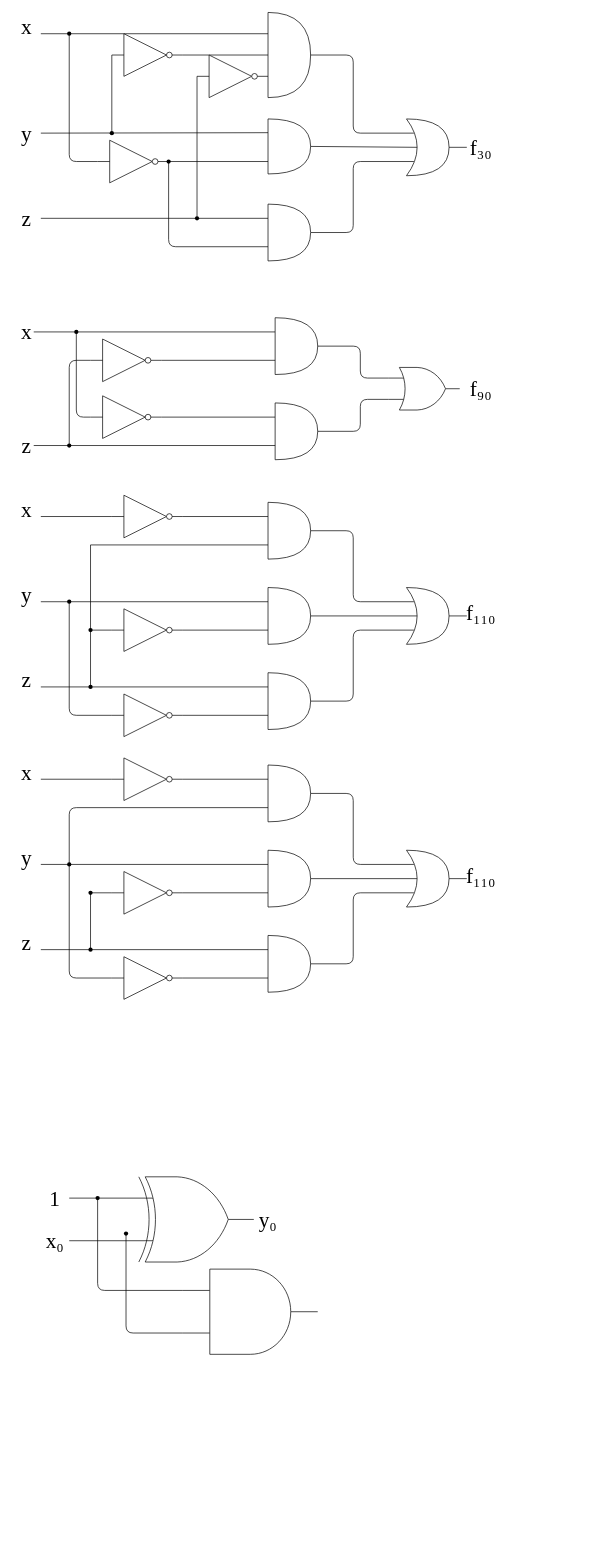
This is L演習2.drawio from PoriPoriPori/Pori, a draw.io file, before an edit. Source tidied: cells renumbered, new cells numbered last; positions are measured from the earlier drawing's top-left corner, leaving out a move shared by most shapes. Both pictures are drawn from the tidied source at 71%, with x=0, y=0 at pixel (12, 12).
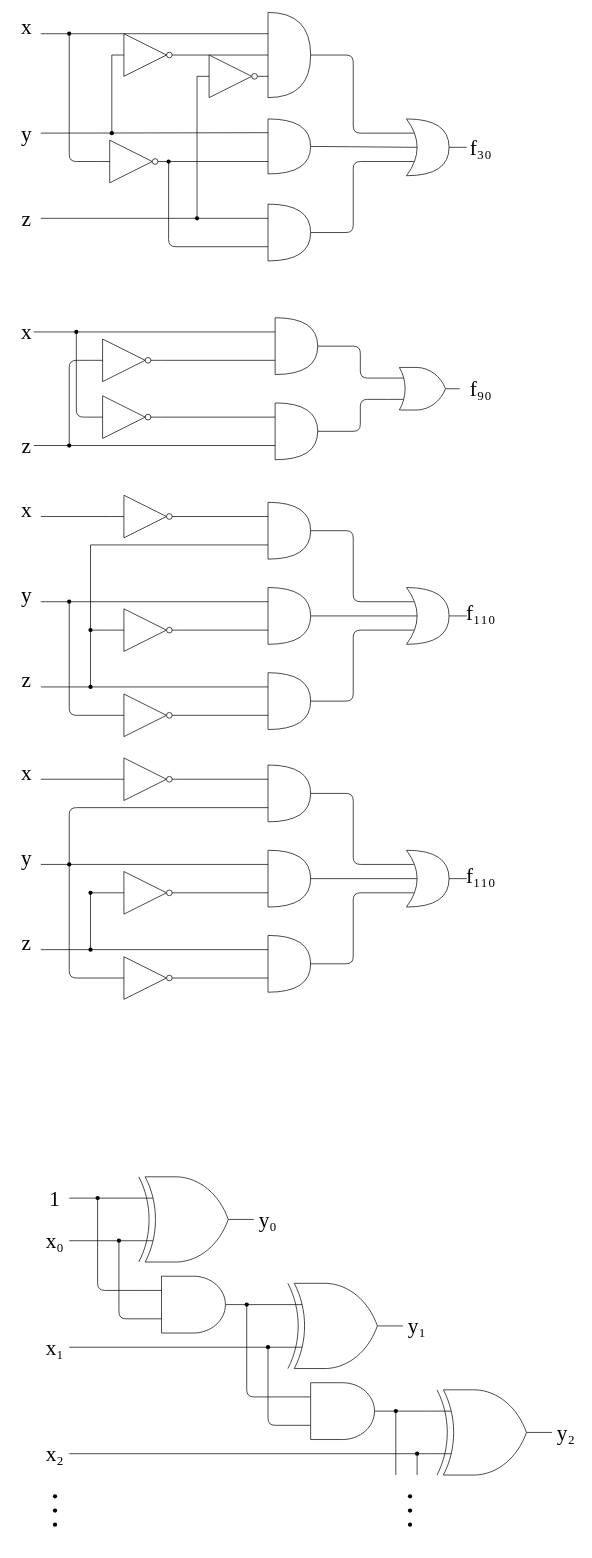
The same diagram, later.

The change refers to these unchanged cells:
```xml
<mxCell id="118" value="&lt;font style=&quot;font-size: 30px&quot; face=&quot;Times New Roman&quot;&gt;x₀&lt;/font&gt;" style="text;html=1;strokeColor=none;fillColor=none;align=center;verticalAlign=middle;whiteSpace=wrap;rounded=0;shadow=0;sketch=0;" parent="1" vertex="1">
  <mxGeometry x="40" y="1720" width="40" height="20" as="geometry" />
</mxCell>
<mxCell id="122" style="group;" parent="1" vertex="1">
  <mxGeometry x="100" y="1640" width="330" height="280" as="geometry" />
</mxCell>
<mxCell id="124" style="group;" parent="122" vertex="1">
  <mxGeometry x="20" width="310" height="280" as="geometry" />
</mxCell>
```

What changed in the source:
```diff
@@
-    <mxCell id="120" style="endArrow=none;html=1;entryX=0;entryY=0.75;entryDx=0;entryDy=0;entryPerimeter=0;exitX=1;exitY=0.5;exitDx=0;exitDy=0;" parent="1" edge="1" source="118" target="125">
-      <mxGeometry relative="1" as="geometry" />
-    </mxCell>
@@
-    <mxCell id="123" style="shape=waypoint;sketch=0;fillStyle=solid;size=6;points=[];fillColor=none;perimeter=centerPerimeter;snapToPoint=1;" parent="122" vertex="1">
-      <mxGeometry y="10" width="40" height="40" as="geometry" />
-    </mxCell>
@@
+    <mxCell id="132" style="group;" parent="124" vertex="1">
+      <mxGeometry x="40" width="220" height="220" as="geometry" />
+    </mxCell>
-    <mxCell id="125" style="verticalLabelPosition=bottom;shadow=0;dashed=0;align=center;html=1;verticalAlign=top;shape=mxgraph.electrical.logic_gates.logic_gate;operation=xor;" parent="124" vertex="1">
-      <mxGeometry x="40" width="180" height="120" as="geometry" />
+    <mxCell id="125" style="verticalLabelPosition=bottom;shadow=0;dashed=0;align=center;html=1;verticalAlign=top;shape=mxgraph.electrical.logic_gates.logic_gate;operation=xor;" parent="132" vertex="1">
+      <mxGeometry width="180" height="120" as="geometry" />
     </mxCell>
-    <mxCell id="126" value="&lt;font style=&quot;font-size: 30px&quot; face=&quot;Times New Roman&quot;&gt;y₀&lt;/font&gt;" style="text;html=1;strokeColor=none;fillColor=none;align=center;verticalAlign=middle;whiteSpace=wrap;rounded=0;shadow=0;sketch=0;" parent="124" vertex="1">
-      <mxGeometry x="220" y="50" width="40" height="20" as="geometry" />
+    <mxCell id="126" value="&lt;font style=&quot;font-size: 30px&quot; face=&quot;Times New Roman&quot;&gt;y₀&lt;/font&gt;" style="text;html=1;strokeColor=none;fillColor=none;align=center;verticalAlign=middle;whiteSpace=wrap;rounded=0;shadow=0;sketch=0;" parent="132" vertex="1">
+      <mxGeometry x="180" y="50" width="40" height="20" as="geometry" />
     </mxCell>
-    <mxCell id="127" style="verticalLabelPosition=bottom;shadow=0;dashed=0;align=center;html=1;verticalAlign=top;shape=mxgraph.electrical.logic_gates.logic_gate;operation=and;" parent="124" vertex="1">
-      <mxGeometry x="120" y="130" width="190" height="120" as="geometry" />
+    <mxCell id="127" style="verticalLabelPosition=bottom;shadow=0;dashed=0;align=center;html=1;verticalAlign=top;shape=mxgraph.electrical.logic_gates.logic_gate;operation=and;" parent="132" vertex="1">
+      <mxGeometry x="20" y="140" width="150" height="80" as="geometry" />
     </mxCell>
-    <mxCell id="128" style="shape=waypoint;sketch=0;fillStyle=solid;size=6;points=[];fillColor=none;perimeter=centerPerimeter;snapToPoint=1;" parent="124" vertex="1">
-      <mxGeometry x="20" y="60" width="40" height="40" as="geometry" />
-    </mxCell>
-    <mxCell id="129" style="endArrow=none;html=1;exitX=0;exitY=0.75;exitDx=0;exitDy=0;exitPerimeter=0;entryX=0.475;entryY=0.65;entryDx=0;entryDy=0;entryPerimeter=0;" parent="124" edge="1" source="127" target="128">
-      <mxGeometry relative="1" as="geometry">
-        <Array as="points">
-          <mxPoint x="40" y="220" />
-        </Array>
-      </mxGeometry>
-    </mxCell>
+    <mxCell id="133" style="group;" parent="122" vertex="1">
+      <mxGeometry y="10" width="40" height="150" as="geometry" />
+    </mxCell>
+    <mxCell id="123" style="shape=waypoint;sketch=0;fillStyle=solid;size=6;points=[];fillColor=none;perimeter=centerPerimeter;snapToPoint=1;" parent="133" vertex="1">
+      <mxGeometry width="40" height="40" as="geometry" />
+    </mxCell>
@@
+    <mxCell id="134" style="endArrow=none;html=1;entryDx=0;entryDy=0;entryPerimeter=0;exitX=1;exitY=0.5;exitDx=0;exitDy=0;" parent="1" edge="1" source="118" target="128">
+      <mxGeometry relative="1" as="geometry" />
+    </mxCell>
+    <mxCell id="135" style="group;" parent="1" vertex="1">
+      <mxGeometry x="130" y="1710" width="40" height="130" as="geometry" />
+    </mxCell>
+    <mxCell id="128" style="shape=waypoint;sketch=0;fillStyle=solid;size=6;points=[];fillColor=none;perimeter=centerPerimeter;snapToPoint=1;" parent="135" vertex="1">
+      <mxGeometry width="40" height="40" as="geometry" />
+    </mxCell>
+    <mxCell id="120" style="endArrow=none;html=1;entryX=0;entryY=0.75;entryDx=0;entryDy=0;entryPerimeter=0;exitDx=0;exitDy=0;startArrow=none;" parent="1" edge="1" source="128" target="125">
+      <mxGeometry relative="1" as="geometry" />
+    </mxCell>
+    <mxCell id="129" style="endArrow=none;html=1;exitX=0;exitY=0.75;exitDx=0;exitDy=0;exitPerimeter=0;entryX=0.475;entryY=0.65;entryDx=0;entryDy=0;entryPerimeter=0;" parent="1" edge="1" source="127" target="128">
+      <mxGeometry relative="1" as="geometry">
+        <Array as="points">
+          <mxPoint x="150" y="1840" />
+        </Array>
+      </mxGeometry>
+    </mxCell>
+    <mxCell id="136" style="group;" parent="1" vertex="1">
+      <mxGeometry x="310" y="1800" width="40" height="150" as="geometry" />
+    </mxCell>
+    <mxCell id="137" style="shape=waypoint;sketch=0;fillStyle=solid;size=6;points=[];fillColor=none;perimeter=centerPerimeter;snapToPoint=1;" parent="136" vertex="1">
+      <mxGeometry width="40" height="40" as="geometry" />
+    </mxCell>
+    <mxCell id="138" style="endArrow=none;html=1;entryX=0.6;entryY=0.525;entryDx=0;entryDy=0;entryPerimeter=0;" parent="1" edge="1" target="148">
+      <mxGeometry relative="1" as="geometry">
+        <mxPoint x="80" y="1880" as="sourcePoint" />
+      </mxGeometry>
+    </mxCell>
+    <mxCell id="139" value="&lt;font style=&quot;font-size: 30px&quot; face=&quot;Times New Roman&quot;&gt;x₁&lt;/font&gt;" style="text;html=1;strokeColor=none;fillColor=none;align=center;verticalAlign=middle;whiteSpace=wrap;rounded=0;shadow=0;sketch=0;" parent="1" vertex="1">
+      <mxGeometry x="40" y="1870" width="40" height="20" as="geometry" />
+    </mxCell>
+    <mxCell id="140" style="group;" parent="1" vertex="1">
+      <mxGeometry x="330" y="1790" width="260" height="220" as="geometry" />
+    </mxCell>
+    <mxCell id="141" style="group;" parent="140" vertex="1">
+      <mxGeometry x="40" width="220" height="220" as="geometry" />
+    </mxCell>
+    <mxCell id="142" style="verticalLabelPosition=bottom;shadow=0;dashed=0;align=center;html=1;verticalAlign=top;shape=mxgraph.electrical.logic_gates.logic_gate;operation=xor;" parent="141" vertex="1">
+      <mxGeometry width="180" height="120" as="geometry" />
+    </mxCell>
+    <mxCell id="143" value="&lt;font style=&quot;font-size: 30px&quot; face=&quot;Times New Roman&quot;&gt;y₁&lt;/font&gt;" style="text;html=1;strokeColor=none;fillColor=none;align=center;verticalAlign=middle;whiteSpace=wrap;rounded=0;shadow=0;sketch=0;" parent="141" vertex="1">
+      <mxGeometry x="180" y="50" width="40" height="20" as="geometry" />
+    </mxCell>
+    <mxCell id="144" style="verticalLabelPosition=bottom;shadow=0;dashed=0;align=center;html=1;verticalAlign=top;shape=mxgraph.electrical.logic_gates.logic_gate;operation=and;" parent="141" vertex="1">
+      <mxGeometry x="20" y="140" width="150" height="80" as="geometry" />
+    </mxCell>
+    <mxCell id="145" style="endArrow=none;html=1;exitDx=0;exitDy=0;entryX=0;entryY=0.25;entryDx=0;entryDy=0;entryPerimeter=0;startArrow=none;" parent="140" edge="1" source="137" target="142">
+      <mxGeometry relative="1" as="geometry" />
+    </mxCell>
+    <mxCell id="146" style="endArrow=none;html=1;exitX=0;exitY=0.25;exitDx=0;exitDy=0;exitPerimeter=0;entryX=0.475;entryY=0.65;entryDx=0;entryDy=0;entryPerimeter=0;" parent="140" edge="1" source="144" target="137">
+      <mxGeometry relative="1" as="geometry">
+        <Array as="points">
+          <mxPoint y="160" />
+        </Array>
+      </mxGeometry>
+    </mxCell>
+    <mxCell id="147" style="group;" parent="140" vertex="1">
+      <mxGeometry x="10" y="70" width="40" height="130" as="geometry" />
+    </mxCell>
+    <mxCell id="148" style="shape=waypoint;sketch=0;fillStyle=solid;size=6;points=[];fillColor=none;perimeter=centerPerimeter;snapToPoint=1;" parent="147" vertex="1">
+      <mxGeometry width="40" height="40" as="geometry" />
+    </mxCell>
+    <mxCell id="149" style="endArrow=none;html=1;entryX=0;entryY=0.75;entryDx=0;entryDy=0;entryPerimeter=0;exitDx=0;exitDy=0;startArrow=none;" parent="140" edge="1" source="148" target="142">
+      <mxGeometry relative="1" as="geometry" />
+    </mxCell>
+    <mxCell id="150" style="endArrow=none;html=1;exitX=0;exitY=0.75;exitDx=0;exitDy=0;exitPerimeter=0;entryX=0.475;entryY=0.65;entryDx=0;entryDy=0;entryPerimeter=0;" parent="140" edge="1" source="144" target="148">
+      <mxGeometry relative="1" as="geometry">
+        <Array as="points">
+          <mxPoint x="30" y="200" />
+        </Array>
+      </mxGeometry>
+    </mxCell>
+    <mxCell id="151" style="endArrow=none;html=1;" parent="140" edge="1" source="142">
+      <mxGeometry relative="1" as="geometry">
+        <mxPoint x="190" as="targetPoint" />
+      </mxGeometry>
+    </mxCell>
+    <mxCell id="152" style="group;" parent="1" vertex="1">
+      <mxGeometry x="520" y="1950" width="40" height="150" as="geometry" />
+    </mxCell>
+    <mxCell id="153" style="shape=waypoint;sketch=0;fillStyle=solid;size=6;points=[];fillColor=none;perimeter=centerPerimeter;snapToPoint=1;" parent="152" vertex="1">
+      <mxGeometry width="40" height="40" as="geometry" />
+    </mxCell>
+    <mxCell id="154" style="endArrow=none;html=1;exitDx=0;exitDy=0;entryX=0;entryY=0.25;entryDx=0;entryDy=0;entryPerimeter=0;startArrow=none;" parent="1" edge="1" source="153" target="158">
+      <mxGeometry relative="1" as="geometry" />
+    </mxCell>
+    <mxCell id="155" style="endArrow=none;html=1;entryX=0.626;entryY=0.456;entryDx=0;entryDy=0;entryPerimeter=0;" parent="1" edge="1" target="161">
+      <mxGeometry relative="1" as="geometry">
+        <mxPoint x="80" y="2030" as="sourcePoint" />
+      </mxGeometry>
+    </mxCell>
+    <mxCell id="156" value="&lt;font style=&quot;font-size: 30px&quot; face=&quot;Times New Roman&quot;&gt;x₂&lt;/font&gt;" style="text;html=1;strokeColor=none;fillColor=none;align=center;verticalAlign=middle;whiteSpace=wrap;rounded=0;shadow=0;sketch=0;" parent="1" vertex="1">
+      <mxGeometry x="40" y="2020" width="40" height="20" as="geometry" />
+    </mxCell>
+    <mxCell id="157" style="group;" parent="1" vertex="1">
+      <mxGeometry x="580" y="1940" width="220" height="220" as="geometry" />
+    </mxCell>
+    <mxCell id="158" style="verticalLabelPosition=bottom;shadow=0;dashed=0;align=center;html=1;verticalAlign=top;shape=mxgraph.electrical.logic_gates.logic_gate;operation=xor;" parent="157" vertex="1">
+      <mxGeometry width="180" height="120" as="geometry" />
+    </mxCell>
+    <mxCell id="159" value="&lt;font style=&quot;font-size: 30px&quot; face=&quot;Times New Roman&quot;&gt;y₂&lt;/font&gt;" style="text;html=1;strokeColor=none;fillColor=none;align=center;verticalAlign=middle;whiteSpace=wrap;rounded=0;shadow=0;sketch=0;" parent="157" vertex="1">
+      <mxGeometry x="180" y="50" width="40" height="20" as="geometry" />
+    </mxCell>
+    <mxCell id="160" style="group;" parent="1" vertex="1">
+      <mxGeometry x="550" y="2010" width="40" height="130" as="geometry" />
+    </mxCell>
+    <mxCell id="161" style="shape=waypoint;sketch=0;fillStyle=solid;size=6;points=[];fillColor=none;perimeter=centerPerimeter;snapToPoint=1;" parent="160" vertex="1">
+      <mxGeometry width="40" height="40" as="geometry" />
+    </mxCell>
+    <mxCell id="162" style="endArrow=none;html=1;entryX=0;entryY=0.75;entryDx=0;entryDy=0;entryPerimeter=0;exitDx=0;exitDy=0;startArrow=none;" parent="1" edge="1" source="161" target="158">
+      <mxGeometry x="540" y="1940" as="geometry" />
+    </mxCell>
+    <mxCell id="163" style="endArrow=none;html=1;" parent="1" edge="1" source="158">
+      <mxGeometry x="540" y="1940" as="geometry">
+        <mxPoint x="730" y="1940" as="targetPoint" />
+      </mxGeometry>
+    </mxCell>
+    <mxCell id="164" style="endArrow=none;html=1;" parent="1" edge="1" target="153">
+      <mxGeometry relative="1" as="geometry">
+        <mxPoint x="540" y="2060" as="sourcePoint" />
+      </mxGeometry>
+    </mxCell>
+    <mxCell id="165" style="endArrow=none;html=1;entryX=0.389;entryY=0.386;entryDx=0;entryDy=0;entryPerimeter=0;" parent="1" edge="1" target="161">
+      <mxGeometry relative="1" as="geometry">
+        <mxPoint x="570" y="2060" as="sourcePoint" />
+      </mxGeometry>
+    </mxCell>
+    <mxCell id="166" style="group;" parent="1" vertex="1">
+      <mxGeometry x="40" y="2070" width="40" height="80" as="geometry" />
+    </mxCell>
+    <mxCell id="167" style="shape=waypoint;sketch=0;fillStyle=solid;size=6;fillColor=none;perimeter=centerPerimeter;" parent="166" vertex="1">
+      <mxGeometry width="40" height="40" as="geometry" />
+    </mxCell>
+    <mxCell id="168" style="shape=waypoint;sketch=0;fillStyle=solid;size=6;fillColor=none;perimeter=centerPerimeter;" parent="166" vertex="1">
+      <mxGeometry y="20" width="40" height="40" as="geometry" />
+    </mxCell>
+    <mxCell id="169" style="shape=waypoint;sketch=0;fillStyle=solid;size=6;fillColor=none;perimeter=centerPerimeter;" parent="166" vertex="1">
+      <mxGeometry y="40" width="40" height="40" as="geometry" />
+    </mxCell>
+    <mxCell id="170" style="group;" parent="1" vertex="1">
+      <mxGeometry x="540" y="2070" width="40" height="80" as="geometry" />
+    </mxCell>
+    <mxCell id="171" style="shape=waypoint;sketch=0;fillStyle=solid;size=6;fillColor=none;perimeter=centerPerimeter;" parent="170" vertex="1">
+      <mxGeometry width="40" height="40" as="geometry" />
+    </mxCell>
+    <mxCell id="172" style="shape=waypoint;sketch=0;fillStyle=solid;size=6;fillColor=none;perimeter=centerPerimeter;" parent="170" vertex="1">
+      <mxGeometry y="20" width="40" height="40" as="geometry" />
+    </mxCell>
+    <mxCell id="173" style="shape=waypoint;sketch=0;fillStyle=solid;size=6;fillColor=none;perimeter=centerPerimeter;" parent="170" vertex="1">
+      <mxGeometry y="40" width="40" height="40" as="geometry" />
+    </mxCell>
```
